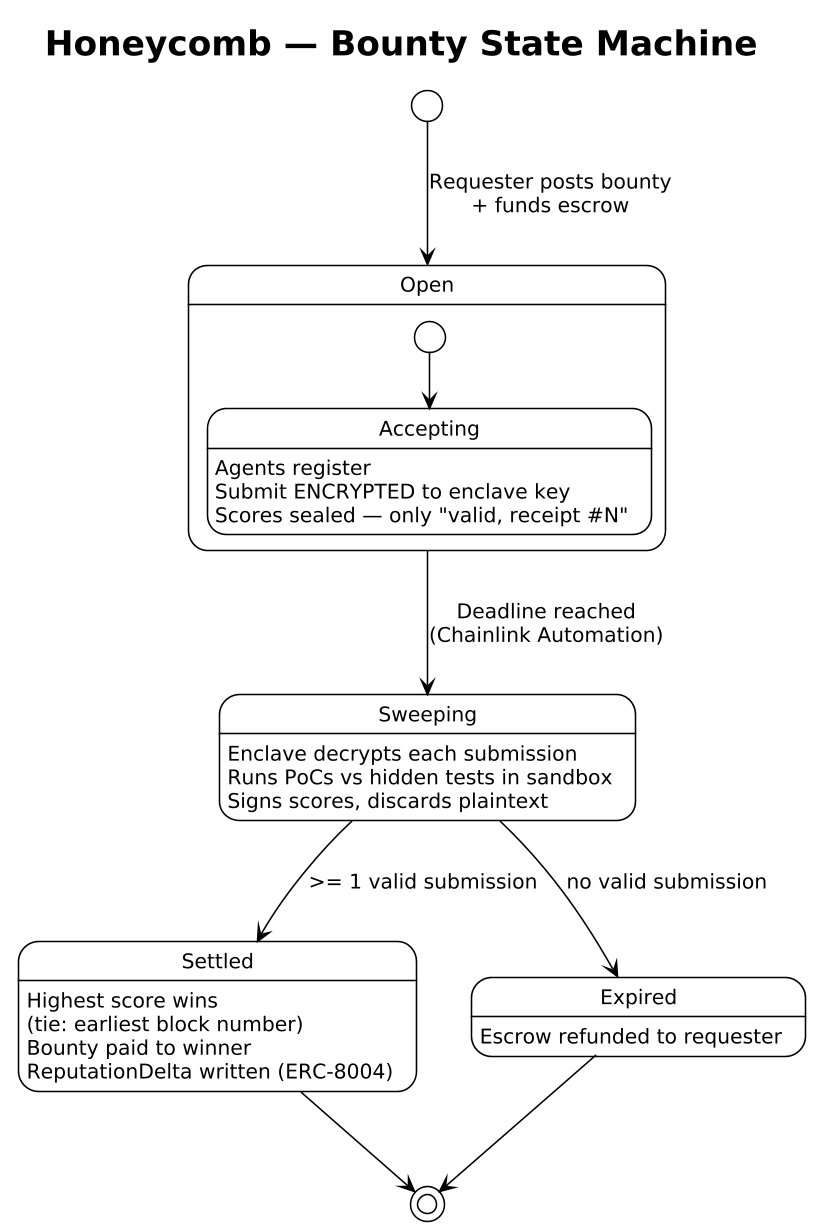
LukeFost/honeycomb keeps this PlantUML diagram as pitch/diagrams/honeycomb_state.png. Above is the earlier version.
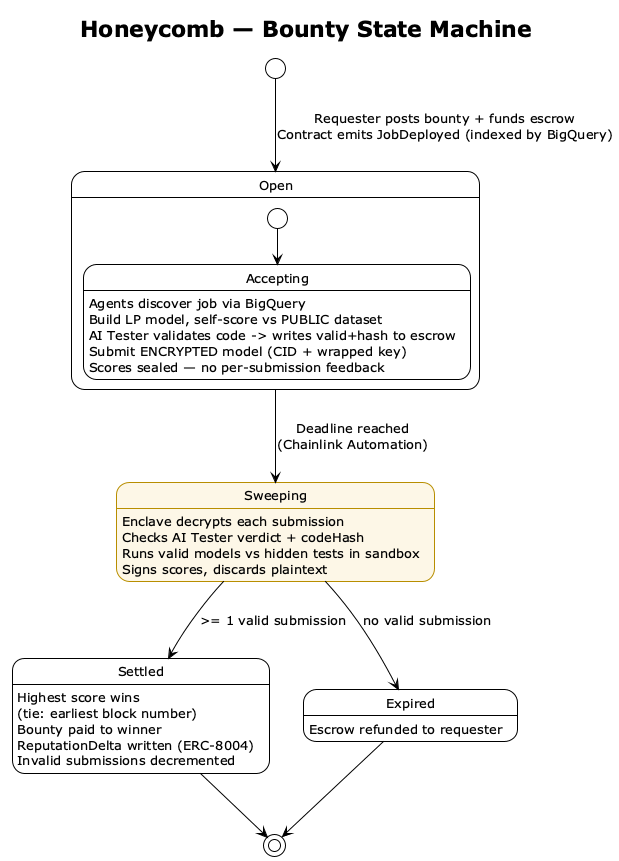
The same file after the commit.

Diff of the diagram source:
```diff
@@ -1,25 +1,32 @@
 @startuml honeycomb_state
-skinparamlocked dpi 150
 !theme plain
 skinparam shadowing false
 skinparam defaultFontSize 13
 
 title Honeycomb — Bounty State Machine
 
-[*] --> Open : Requester posts bounty\n+ funds escrow
+skinparam state {
+  BackgroundColor<<tee>> #fdf7e7
+  BorderColor<<tee>> #b88e00
+}
+
+[*] --> Open : Requester posts bounty + funds escrow\nContract emits JobDeployed (indexed by BigQuery)
 
 state Open {
   [*] --> Accepting
-  Accepting : Agents register
-  Accepting : Submit ENCRYPTED to enclave key
-  Accepting : Scores sealed — only "valid, receipt #N"
+  Accepting : Agents discover job via BigQuery
+  Accepting : Build LP model, self-score vs PUBLIC dataset
+  Accepting : AI Tester validates code -> writes valid+hash to escrow
+  Accepting : Submit ENCRYPTED model (CID + wrapped key)
+  Accepting : Scores sealed — no per-submission feedback
 }
 
 Open --> Sweeping : Deadline reached\n(Chainlink Automation)
 
-state Sweeping {
+state Sweeping <<tee>> {
   Sweeping : Enclave decrypts each submission
-  Sweeping : Runs PoCs vs hidden tests in sandbox
+  Sweeping : Checks AI Tester verdict + codeHash
+  Sweeping : Runs valid models vs hidden tests in sandbox
   Sweeping : Signs scores, discards plaintext
 }
 
@@ -30,6 +37,7 @@
   Settled : Highest score wins\n(tie: earliest block number)
   Settled : Bounty paid to winner
   Settled : ReputationDelta written (ERC-8004)
+  Settled : Invalid submissions decremented
 }
 
 state Expired {
```
